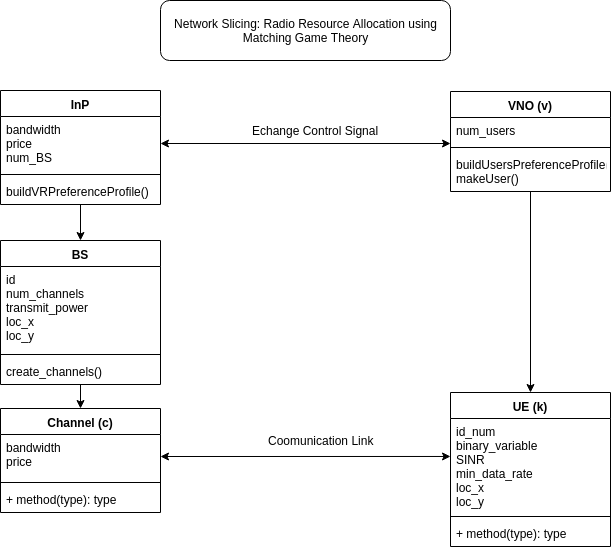
istanbul-arel-university/NS-RRA keeps this draw.io diagram as Class-Diagram_NS-RRA.png. Above is the earlier version. Source tidied: cells renumbered, new cells last; positions are measured from the earlier drawing's top-left corner, leaving out a move shared by most shapes. Source of this version:
```xml
<mxGraphModel>
  <root>
    <mxCell id="0" />
    <mxCell id="1" parent="0" />
    <mxCell id="2" value="VNO (v)" style="swimlane;fontStyle=1;align=center;verticalAlign=top;horizontal=1;startSize=26;" parent="1" vertex="1">
      <mxGeometry x="450" y="91" width="160" height="100" as="geometry" />
    </mxCell>
    <mxCell id="3" value="num_users" style="text;strokeColor=none;fillColor=none;align=left;verticalAlign=top;spacingLeft=4;spacingRight=4;overflow=hidden;points=[[0,0.5],[1,0.5]];portConstraint=eastwest;" parent="2" vertex="1">
      <mxGeometry y="26" width="160" height="26" as="geometry" />
    </mxCell>
    <mxCell id="4" style="line;strokeWidth=1;fillColor=none;align=left;verticalAlign=middle;spacingTop=-1;spacingLeft=3;spacingRight=3;labelPosition=right;" parent="2" vertex="1">
      <mxGeometry y="52" width="160" height="8" as="geometry" />
    </mxCell>
    <mxCell id="5" value="buildUsersPreferenceProfile()&#10;makeUser()" style="text;strokeColor=none;fillColor=none;align=left;verticalAlign=top;spacingLeft=4;spacingRight=4;overflow=hidden;points=[[0,0.5],[1,0.5]];portConstraint=eastwest;" parent="2" vertex="1">
      <mxGeometry y="60" width="160" height="40" as="geometry" />
    </mxCell>
    <mxCell id="6" value="UE (k)" style="swimlane;fontStyle=1;align=center;verticalAlign=top;horizontal=1;startSize=26;" parent="1" vertex="1">
      <mxGeometry x="450" y="392" width="160" height="154" as="geometry" />
    </mxCell>
    <mxCell id="7" value="id_num&#10;binary_variable&#10;SINR&#10;min_data_rate&#10;loc_x&#10;loc_y" style="text;strokeColor=none;fillColor=none;align=left;verticalAlign=top;spacingLeft=4;spacingRight=4;overflow=hidden;points=[[0,0.5],[1,0.5]];portConstraint=eastwest;" parent="6" vertex="1">
      <mxGeometry y="26" width="160" height="94" as="geometry" />
    </mxCell>
    <mxCell id="8" style="line;strokeWidth=1;fillColor=none;align=left;verticalAlign=middle;spacingTop=-1;spacingLeft=3;spacingRight=3;labelPosition=right;" parent="6" vertex="1">
      <mxGeometry y="120" width="160" height="8" as="geometry" />
    </mxCell>
    <mxCell id="9" value="+ method(type): type" style="text;strokeColor=none;fillColor=none;align=left;verticalAlign=top;spacingLeft=4;spacingRight=4;overflow=hidden;" parent="6" vertex="1">
      <mxGeometry y="128" width="160" height="26" as="geometry" />
    </mxCell>
    <mxCell id="10" value="InP" style="swimlane;fontStyle=1;align=center;verticalAlign=top;horizontal=1;startSize=26;" parent="1" vertex="1">
      <mxGeometry y="90" width="160" height="114" as="geometry" />
    </mxCell>
    <mxCell id="11" value="bandwidth&#10;price&#10;num_BS" style="text;strokeColor=none;fillColor=none;align=left;verticalAlign=top;spacingLeft=4;spacingRight=4;overflow=hidden;points=[[0,0.5],[1,0.5]];portConstraint=eastwest;" parent="10" vertex="1">
      <mxGeometry y="26" width="160" height="54" as="geometry" />
    </mxCell>
    <mxCell id="12" style="line;strokeWidth=1;fillColor=none;align=left;verticalAlign=middle;spacingTop=-1;spacingLeft=3;spacingRight=3;labelPosition=right;" parent="10" vertex="1">
      <mxGeometry y="80" width="160" height="8" as="geometry" />
    </mxCell>
    <mxCell id="13" value="buildVRPreferenceProfile()" style="text;strokeColor=none;fillColor=none;align=left;verticalAlign=top;spacingLeft=4;spacingRight=4;overflow=hidden;points=[[0,0.5],[1,0.5]];portConstraint=eastwest;" parent="10" vertex="1">
      <mxGeometry y="88" width="160" height="26" as="geometry" />
    </mxCell>
    <mxCell id="14" value="BS" style="swimlane;fontStyle=1;align=center;verticalAlign=top;horizontal=1;startSize=26;" parent="1" vertex="1">
      <mxGeometry y="240" width="160" height="144" as="geometry" />
    </mxCell>
    <mxCell id="15" value="id&#10;num_channels&#10;transmit_power&#10;loc_x&#10;loc_y" style="text;strokeColor=none;fillColor=none;align=left;verticalAlign=top;spacingLeft=4;spacingRight=4;overflow=hidden;" parent="14" vertex="1">
      <mxGeometry y="26" width="160" height="84" as="geometry" />
    </mxCell>
    <mxCell id="16" style="line;strokeWidth=1;fillColor=none;align=left;verticalAlign=middle;spacingTop=-1;spacingLeft=3;spacingRight=3;labelPosition=right;" parent="14" vertex="1">
      <mxGeometry y="110" width="160" height="8" as="geometry" />
    </mxCell>
    <mxCell id="17" value="create_channels()" style="text;strokeColor=none;fillColor=none;align=left;verticalAlign=top;spacingLeft=4;spacingRight=4;overflow=hidden;points=[[0,0.5],[1,0.5]];portConstraint=eastwest;" parent="14" vertex="1">
      <mxGeometry y="118" width="160" height="26" as="geometry" />
    </mxCell>
    <mxCell id="18" value="Channel (c)" style="swimlane;fontStyle=1;align=center;verticalAlign=top;horizontal=1;startSize=26;" parent="1" vertex="1">
      <mxGeometry y="408" width="160" height="104" as="geometry" />
    </mxCell>
    <mxCell id="19" value="bandwidth&#10;price" style="text;strokeColor=none;fillColor=none;align=left;verticalAlign=top;spacingLeft=4;spacingRight=4;overflow=hidden;points=[[0,0.5],[1,0.5]];portConstraint=eastwest;" parent="18" vertex="1">
      <mxGeometry y="26" width="160" height="44" as="geometry" />
    </mxCell>
    <mxCell id="20" style="line;strokeWidth=1;fillColor=none;align=left;verticalAlign=middle;spacingTop=-1;spacingLeft=3;spacingRight=3;labelPosition=right;" parent="18" vertex="1">
      <mxGeometry y="70" width="160" height="8" as="geometry" />
    </mxCell>
    <mxCell id="21" value="+ method(type): type" style="text;strokeColor=none;fillColor=none;align=left;verticalAlign=top;spacingLeft=4;spacingRight=4;overflow=hidden;" parent="18" vertex="1">
      <mxGeometry y="78" width="160" height="26" as="geometry" />
    </mxCell>
    <mxCell id="22" value="Network Slicing: Radio Resource Allocation using Matching Game Theory" style="rounded=1;whiteSpace=wrap;html=1;" parent="1" vertex="1">
      <mxGeometry x="160" width="290" height="60" as="geometry" />
    </mxCell>
    <mxCell id="23" style="endArrow=classic;html=1;" parent="1" edge="1" source="5" target="6">
      <mxGeometry relative="1" as="geometry" />
    </mxCell>
    <mxCell id="24" style="endArrow=classic;html=1;entryX=0.5;entryY=0;entryDx=0;entryDy=0;" parent="1" edge="1" target="14">
      <mxGeometry relative="1" as="geometry">
        <mxPoint x="80" y="204" as="sourcePoint" />
      </mxGeometry>
    </mxCell>
    <mxCell id="25" style="endArrow=classic;html=1;exitX=0.5;exitY=0.985;exitDx=0;exitDy=0;exitPerimeter=0;entryX=0.5;entryY=0;entryDx=0;entryDy=0;" parent="1" edge="1" source="17" target="18">
      <mxGeometry relative="1" as="geometry" />
    </mxCell>
    <mxCell id="26" style="endArrow=classic;startArrow=classic;html=1;exitX=1;exitY=0.5;exitDx=0;exitDy=0;entryX=0;entryY=0.404;entryDx=0;entryDy=0;entryPerimeter=0;" parent="1" edge="1" source="19" target="7">
      <mxGeometry relative="1" as="geometry" />
    </mxCell>
    <mxCell id="27" value="Coomunication Link" style="text;html=1;align=center;verticalAlign=middle;labelBackgroundColor=#ffffff;" parent="26" vertex="1">
      <mxGeometry x="0.11" y="2" relative="1" as="geometry">
        <mxPoint x="-0.5" y="-14" as="offset" />
      </mxGeometry>
    </mxCell>
    <mxCell id="28" style="endArrow=classic;startArrow=classic;html=1;exitX=1;exitY=0.5;exitDx=0;exitDy=0;entryX=0;entryY=1;entryDx=0;entryDy=0;entryPerimeter=0;" parent="1" edge="1" source="11" target="3">
      <mxGeometry relative="1" as="geometry" />
    </mxCell>
    <mxCell id="29" value="Echange Control Signal&lt;br&gt;&lt;br&gt;" style="text;html=1;align=left;verticalAlign=top;spacingTop=-4;" parent="1" vertex="1">
      <mxGeometry x="250" y="121" width="140" height="30" as="geometry" />
    </mxCell>
  </root>
</mxGraphModel>
```
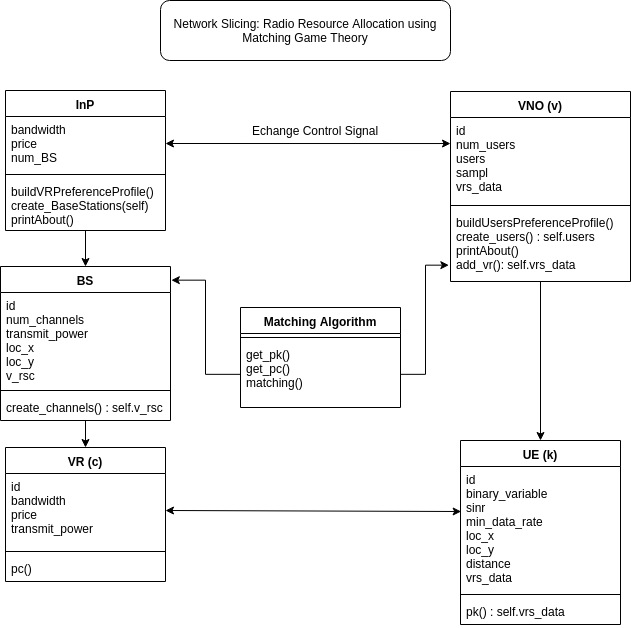
Above is the later version.

What changed in the source:
```diff
@@ -3,31 +3,31 @@
     <mxCell id="0" />
     <mxCell id="1" parent="0" />
     <mxCell id="2" value="VNO (v)" style="swimlane;fontStyle=1;align=center;verticalAlign=top;horizontal=1;startSize=26;" parent="1" vertex="1">
-      <mxGeometry x="450" y="91" width="160" height="100" as="geometry" />
+      <mxGeometry x="450" y="91" width="180" height="190" as="geometry" />
     </mxCell>
-    <mxCell id="3" value="num_users" style="text;strokeColor=none;fillColor=none;align=left;verticalAlign=top;spacingLeft=4;spacingRight=4;overflow=hidden;points=[[0,0.5],[1,0.5]];portConstraint=eastwest;" parent="2" vertex="1">
-      <mxGeometry y="26" width="160" height="26" as="geometry" />
+    <mxCell id="3" value="id&#10;num_users&#10;users&#10;sampl&#10;vrs_data&#10;" style="text;strokeColor=none;fillColor=none;align=left;verticalAlign=top;spacingLeft=4;spacingRight=4;overflow=hidden;points=[[0,0.5],[1,0.5]];portConstraint=eastwest;" parent="2" vertex="1">
+      <mxGeometry y="26" width="180" height="84" as="geometry" />
     </mxCell>
     <mxCell id="4" style="line;strokeWidth=1;fillColor=none;align=left;verticalAlign=middle;spacingTop=-1;spacingLeft=3;spacingRight=3;labelPosition=right;" parent="2" vertex="1">
-      <mxGeometry y="52" width="160" height="8" as="geometry" />
+      <mxGeometry y="110" width="180" height="8" as="geometry" />
     </mxCell>
-    <mxCell id="5" value="buildUsersPreferenceProfile()&#10;makeUser()" style="text;strokeColor=none;fillColor=none;align=left;verticalAlign=top;spacingLeft=4;spacingRight=4;overflow=hidden;points=[[0,0.5],[1,0.5]];portConstraint=eastwest;" parent="2" vertex="1">
-      <mxGeometry y="60" width="160" height="40" as="geometry" />
+    <mxCell id="5" value="buildUsersPreferenceProfile()&#10;create_users() : self.users&#10;printAbout()&#10;add_vr(): self.vrs_data" style="text;strokeColor=none;fillColor=none;align=left;verticalAlign=top;spacingLeft=4;spacingRight=4;overflow=hidden;points=[[0,0.5],[1,0.5]];portConstraint=eastwest;" parent="2" vertex="1">
+      <mxGeometry y="118" width="180" height="72" as="geometry" />
     </mxCell>
     <mxCell id="6" value="UE (k)" style="swimlane;fontStyle=1;align=center;verticalAlign=top;horizontal=1;startSize=26;" parent="1" vertex="1">
-      <mxGeometry x="450" y="392" width="160" height="154" as="geometry" />
+      <mxGeometry x="460" y="440" width="160" height="184" as="geometry" />
     </mxCell>
-    <mxCell id="7" value="id_num&#10;binary_variable&#10;SINR&#10;min_data_rate&#10;loc_x&#10;loc_y" style="text;strokeColor=none;fillColor=none;align=left;verticalAlign=top;spacingLeft=4;spacingRight=4;overflow=hidden;points=[[0,0.5],[1,0.5]];portConstraint=eastwest;" parent="6" vertex="1">
-      <mxGeometry y="26" width="160" height="94" as="geometry" />
+    <mxCell id="7" value="id&#10;binary_variable&#10;sinr&#10;min_data_rate&#10;loc_x&#10;loc_y&#10;distance&#10;vrs_data" style="text;strokeColor=none;fillColor=none;align=left;verticalAlign=top;spacingLeft=4;spacingRight=4;overflow=hidden;points=[[0,0.5],[1,0.5]];portConstraint=eastwest;" parent="6" vertex="1">
+      <mxGeometry y="26" width="160" height="124" as="geometry" />
     </mxCell>
     <mxCell id="8" style="line;strokeWidth=1;fillColor=none;align=left;verticalAlign=middle;spacingTop=-1;spacingLeft=3;spacingRight=3;labelPosition=right;" parent="6" vertex="1">
-      <mxGeometry y="120" width="160" height="8" as="geometry" />
+      <mxGeometry y="150" width="160" height="8" as="geometry" />
     </mxCell>
-    <mxCell id="9" value="+ method(type): type" style="text;strokeColor=none;fillColor=none;align=left;verticalAlign=top;spacingLeft=4;spacingRight=4;overflow=hidden;" parent="6" vertex="1">
-      <mxGeometry y="128" width="160" height="26" as="geometry" />
+    <mxCell id="9" value="pk() : self.vrs_data" style="text;strokeColor=none;fillColor=none;align=left;verticalAlign=top;spacingLeft=4;spacingRight=4;overflow=hidden;" parent="6" vertex="1">
+      <mxGeometry y="158" width="160" height="26" as="geometry" />
     </mxCell>
     <mxCell id="10" value="InP" style="swimlane;fontStyle=1;align=center;verticalAlign=top;horizontal=1;startSize=26;" parent="1" vertex="1">
-      <mxGeometry y="90" width="160" height="114" as="geometry" />
+      <mxGeometry x="5" y="90" width="160" height="140" as="geometry" />
     </mxCell>
     <mxCell id="11" value="bandwidth&#10;price&#10;num_BS" style="text;strokeColor=none;fillColor=none;align=left;verticalAlign=top;spacingLeft=4;spacingRight=4;overflow=hidden;points=[[0,0.5],[1,0.5]];portConstraint=eastwest;" parent="10" vertex="1">
       <mxGeometry y="26" width="160" height="54" as="geometry" />
@@ -35,32 +35,32 @@
     <mxCell id="12" style="line;strokeWidth=1;fillColor=none;align=left;verticalAlign=middle;spacingTop=-1;spacingLeft=3;spacingRight=3;labelPosition=right;" parent="10" vertex="1">
       <mxGeometry y="80" width="160" height="8" as="geometry" />
     </mxCell>
-    <mxCell id="13" value="buildVRPreferenceProfile()" style="text;strokeColor=none;fillColor=none;align=left;verticalAlign=top;spacingLeft=4;spacingRight=4;overflow=hidden;points=[[0,0.5],[1,0.5]];portConstraint=eastwest;" parent="10" vertex="1">
-      <mxGeometry y="88" width="160" height="26" as="geometry" />
+    <mxCell id="13" value="buildVRPreferenceProfile()&#10;create_BaseStations(self)&#10;printAbout()" style="text;strokeColor=none;fillColor=none;align=left;verticalAlign=top;spacingLeft=4;spacingRight=4;overflow=hidden;points=[[0,0.5],[1,0.5]];portConstraint=eastwest;" parent="10" vertex="1">
+      <mxGeometry y="88" width="160" height="52" as="geometry" />
     </mxCell>
     <mxCell id="14" value="BS" style="swimlane;fontStyle=1;align=center;verticalAlign=top;horizontal=1;startSize=26;" parent="1" vertex="1">
-      <mxGeometry y="240" width="160" height="144" as="geometry" />
+      <mxGeometry y="266" width="170" height="154" as="geometry" />
     </mxCell>
-    <mxCell id="15" value="id&#10;num_channels&#10;transmit_power&#10;loc_x&#10;loc_y" style="text;strokeColor=none;fillColor=none;align=left;verticalAlign=top;spacingLeft=4;spacingRight=4;overflow=hidden;" parent="14" vertex="1">
-      <mxGeometry y="26" width="160" height="84" as="geometry" />
+    <mxCell id="15" value="id&#10;num_channels&#10;transmit_power&#10;loc_x&#10;loc_y&#10;v_rsc" style="text;strokeColor=none;fillColor=none;align=left;verticalAlign=top;spacingLeft=4;spacingRight=4;overflow=hidden;" parent="14" vertex="1">
+      <mxGeometry y="26" width="170" height="94" as="geometry" />
     </mxCell>
     <mxCell id="16" style="line;strokeWidth=1;fillColor=none;align=left;verticalAlign=middle;spacingTop=-1;spacingLeft=3;spacingRight=3;labelPosition=right;" parent="14" vertex="1">
-      <mxGeometry y="110" width="160" height="8" as="geometry" />
+      <mxGeometry y="120" width="170" height="8" as="geometry" />
     </mxCell>
-    <mxCell id="17" value="create_channels()" style="text;strokeColor=none;fillColor=none;align=left;verticalAlign=top;spacingLeft=4;spacingRight=4;overflow=hidden;points=[[0,0.5],[1,0.5]];portConstraint=eastwest;" parent="14" vertex="1">
-      <mxGeometry y="118" width="160" height="26" as="geometry" />
+    <mxCell id="17" value="create_channels() : self.v_rsc" style="text;strokeColor=none;fillColor=none;align=left;verticalAlign=top;spacingLeft=4;spacingRight=4;overflow=hidden;points=[[0,0.5],[1,0.5]];portConstraint=eastwest;" parent="14" vertex="1">
+      <mxGeometry y="128" width="170" height="26" as="geometry" />
     </mxCell>
-    <mxCell id="18" value="Channel (c)" style="swimlane;fontStyle=1;align=center;verticalAlign=top;horizontal=1;startSize=26;" parent="1" vertex="1">
-      <mxGeometry y="408" width="160" height="104" as="geometry" />
+    <mxCell id="18" value="VR (c)" style="swimlane;fontStyle=1;align=center;verticalAlign=top;horizontal=1;startSize=26;" parent="1" vertex="1">
+      <mxGeometry x="5" y="447" width="160" height="134" as="geometry" />
     </mxCell>
-    <mxCell id="19" value="bandwidth&#10;price" style="text;strokeColor=none;fillColor=none;align=left;verticalAlign=top;spacingLeft=4;spacingRight=4;overflow=hidden;points=[[0,0.5],[1,0.5]];portConstraint=eastwest;" parent="18" vertex="1">
-      <mxGeometry y="26" width="160" height="44" as="geometry" />
+    <mxCell id="19" value="id&#10;bandwidth&#10;price&#10;transmit_power" style="text;strokeColor=none;fillColor=none;align=left;verticalAlign=top;spacingLeft=4;spacingRight=4;overflow=hidden;points=[[0,0.5],[1,0.5]];portConstraint=eastwest;" parent="18" vertex="1">
+      <mxGeometry y="26" width="160" height="74" as="geometry" />
     </mxCell>
     <mxCell id="20" style="line;strokeWidth=1;fillColor=none;align=left;verticalAlign=middle;spacingTop=-1;spacingLeft=3;spacingRight=3;labelPosition=right;" parent="18" vertex="1">
-      <mxGeometry y="70" width="160" height="8" as="geometry" />
+      <mxGeometry y="100" width="160" height="8" as="geometry" />
     </mxCell>
-    <mxCell id="21" value="+ method(type): type" style="text;strokeColor=none;fillColor=none;align=left;verticalAlign=top;spacingLeft=4;spacingRight=4;overflow=hidden;" parent="18" vertex="1">
-      <mxGeometry y="78" width="160" height="26" as="geometry" />
+    <mxCell id="21" value="pc()" style="text;strokeColor=none;fillColor=none;align=left;verticalAlign=top;spacingLeft=4;spacingRight=4;overflow=hidden;" parent="18" vertex="1">
+      <mxGeometry y="108" width="160" height="26" as="geometry" />
     </mxCell>
     <mxCell id="22" value="Network Slicing: Radio Resource Allocation using Matching Game Theory" style="rounded=1;whiteSpace=wrap;html=1;" parent="1" vertex="1">
       <mxGeometry x="160" width="290" height="60" as="geometry" />
@@ -68,27 +68,35 @@
     <mxCell id="23" style="endArrow=classic;html=1;" parent="1" edge="1" source="5" target="6">
       <mxGeometry relative="1" as="geometry" />
     </mxCell>
-    <mxCell id="24" style="endArrow=classic;html=1;entryX=0.5;entryY=0;entryDx=0;entryDy=0;" parent="1" edge="1" target="14">
-      <mxGeometry relative="1" as="geometry">
-        <mxPoint x="80" y="204" as="sourcePoint" />
-      </mxGeometry>
+    <mxCell id="24" style="endArrow=classic;html=1;entryX=0.5;entryY=0;entryDx=0;entryDy=0;" parent="1" edge="1" source="13" target="14">
+      <mxGeometry relative="1" as="geometry" />
     </mxCell>
     <mxCell id="25" style="endArrow=classic;html=1;exitX=0.5;exitY=0.985;exitDx=0;exitDy=0;exitPerimeter=0;entryX=0.5;entryY=0;entryDx=0;entryDy=0;" parent="1" edge="1" source="17" target="18">
       <mxGeometry relative="1" as="geometry" />
     </mxCell>
-    <mxCell id="26" style="endArrow=classic;startArrow=classic;html=1;exitX=1;exitY=0.5;exitDx=0;exitDy=0;entryX=0;entryY=0.404;entryDx=0;entryDy=0;entryPerimeter=0;" parent="1" edge="1" source="19" target="7">
-      <mxGeometry relative="1" as="geometry" />
-    </mxCell>
-    <mxCell id="27" value="Coomunication Link" style="text;html=1;align=center;verticalAlign=middle;labelBackgroundColor=#ffffff;" parent="26" vertex="1">
-      <mxGeometry x="0.11" y="2" relative="1" as="geometry">
-        <mxPoint x="-0.5" y="-14" as="offset" />
-      </mxGeometry>
-    </mxCell>
-    <mxCell id="28" style="endArrow=classic;startArrow=classic;html=1;exitX=1;exitY=0.5;exitDx=0;exitDy=0;entryX=0;entryY=1;entryDx=0;entryDy=0;entryPerimeter=0;" parent="1" edge="1" source="11" target="3">
+    <mxCell id="28" style="endArrow=classic;startArrow=classic;html=1;exitX=1;exitY=0.5;exitDx=0;exitDy=0;entryX=0;entryY=0.31;entryDx=0;entryDy=0;entryPerimeter=0;" parent="1" edge="1" source="11" target="3">
       <mxGeometry relative="1" as="geometry" />
     </mxCell>
     <mxCell id="29" value="Echange Control Signal&lt;br&gt;&lt;br&gt;" style="text;html=1;align=left;verticalAlign=top;spacingTop=-4;" parent="1" vertex="1">
       <mxGeometry x="250" y="121" width="140" height="30" as="geometry" />
     </mxCell>
+    <mxCell id="26" style="endArrow=classic;startArrow=classic;html=1;exitX=1;exitY=0.5;exitDx=0;exitDy=0;entryX=0.004;entryY=0.363;entryDx=0;entryDy=0;entryPerimeter=0;" parent="1" edge="1" source="19" target="7">
+      <mxGeometry relative="1" as="geometry" />
+    </mxCell>
+    <mxCell id="30" value="Matching Algorithm" style="swimlane;fontStyle=1;align=center;verticalAlign=top;horizontal=1;startSize=26;" parent="1" vertex="1">
+      <mxGeometry x="240" y="307" width="160" height="100" as="geometry" />
+    </mxCell>
+    <mxCell id="31" style="line;strokeWidth=1;fillColor=none;align=left;verticalAlign=middle;spacingTop=-1;spacingLeft=3;spacingRight=3;labelPosition=right;" parent="30" vertex="1">
+      <mxGeometry y="26" width="160" height="8" as="geometry" />
+    </mxCell>
+    <mxCell id="32" value="get_pk()&#10;get_pc()&#10;matching()&#10;" style="text;strokeColor=none;fillColor=none;align=left;verticalAlign=top;spacingLeft=4;spacingRight=4;overflow=hidden;points=[[0,0.5],[1,0.5]];portConstraint=eastwest;" parent="30" vertex="1">
+      <mxGeometry y="34" width="160" height="66" as="geometry" />
+    </mxCell>
+    <mxCell id="33" style="edgeStyle=orthogonalEdgeStyle;rounded=0;jettySize=auto;html=1;exitX=1;exitY=0.5;exitDx=0;exitDy=0;entryX=-0.009;entryY=0.773;entryDx=0;entryDy=0;entryPerimeter=0;" parent="1" edge="1" source="32" target="5">
+      <mxGeometry relative="1" as="geometry" />
+    </mxCell>
+    <mxCell id="34" style="edgeStyle=orthogonalEdgeStyle;rounded=0;jettySize=auto;html=1;entryX=1.005;entryY=0.089;entryDx=0;entryDy=0;entryPerimeter=0;" parent="1" edge="1" source="32" target="14">
+      <mxGeometry relative="1" as="geometry" />
+    </mxCell>
   </root>
 </mxGraphModel>
```
